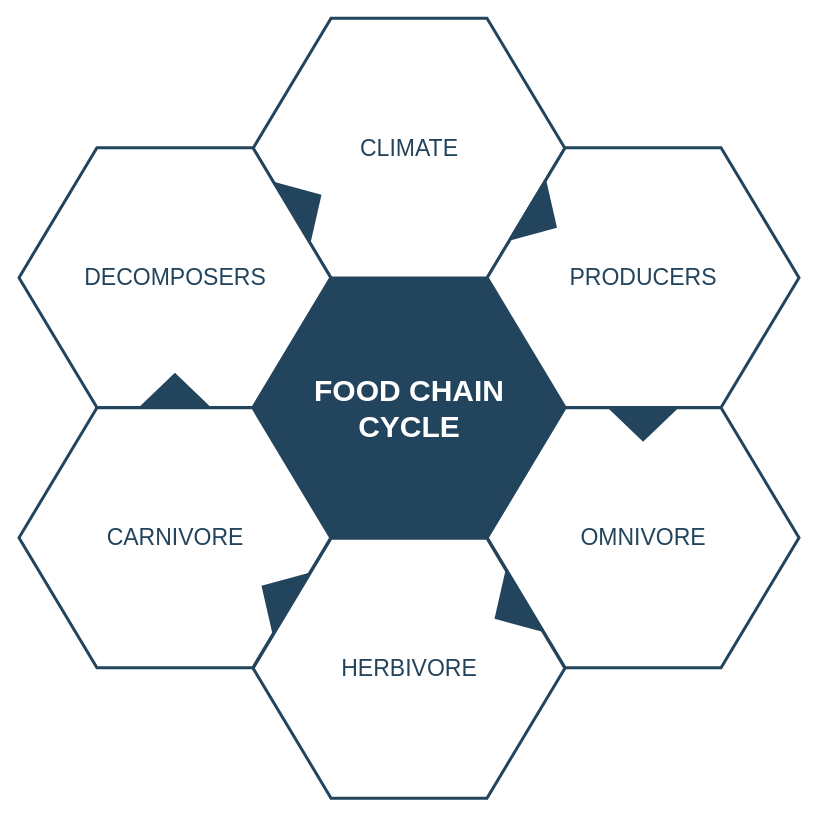
Before: test1.drawio in WeiDaoZhi/draw_io_files, a draw.io diagram. Source tidied: cells renumbered, new cells numbered last; positions are measured from the earlier drawing's top-left corner, leaving out a move shared by most shapes. Both pictures are drawn from the tidied source at 100%, with x=0, y=0 at pixel (18, 18).
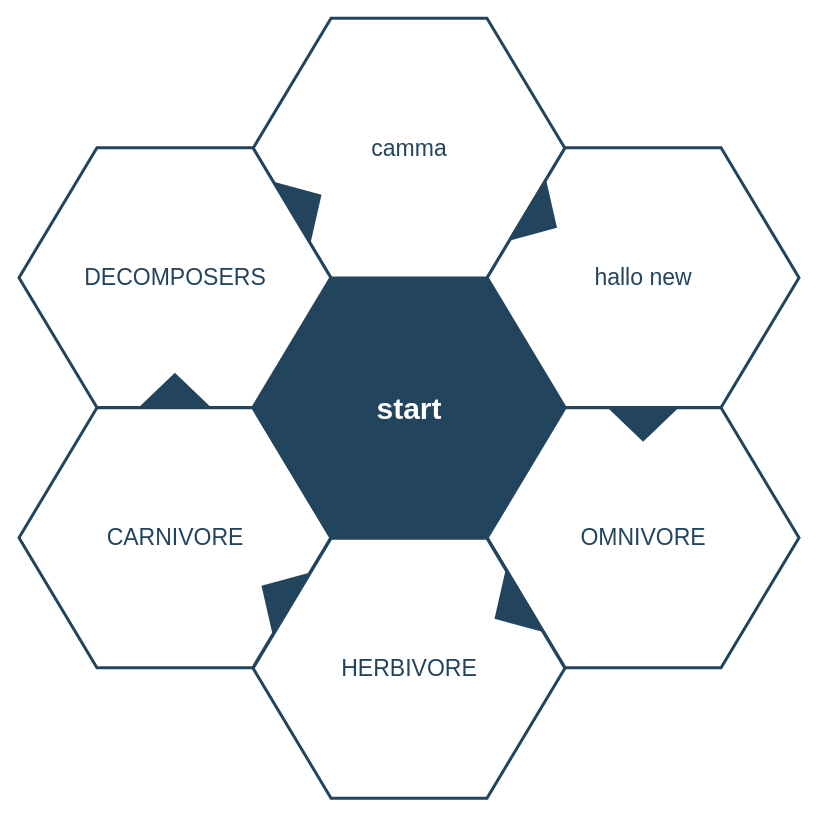
The same page after the edit.

Change to the diagram source:
```diff
@@
 <mxGraphModel background="#ffffff">
   <root>
     <mxCell id="0" />
     <mxCell id="1" parent="0" />
-    <mxCell id="2" value="&lt;font style=&quot;font-size: 30px&quot; color=&quot;#ffffff&quot;&gt;&lt;b&gt;&lt;span&gt;FOOD CHAIN&lt;/span&gt;&lt;br&gt;&lt;span&gt;CYCLE&lt;/span&gt;&lt;/b&gt;&lt;/font&gt;&lt;br&gt;" style="shape=hexagon;perimeter=hexagonPerimeter2;whiteSpace=wrap;html=1;shadow=0;labelBackgroundColor=none;strokeColor=#23445D;fillColor=#23445D;gradientColor=none;fontFamily=Helvetica;fontSize=23;fontColor=#23445d;align=center;strokeWidth=3;" parent="1" vertex="1">
+    <mxCell id="2" value="&lt;font color=&quot;#ffffff&quot;&gt;&lt;span style=&quot;font-size: 30px&quot;&gt;&lt;b&gt;start&lt;/b&gt;&lt;/span&gt;&lt;/font&gt;" style="shape=hexagon;perimeter=hexagonPerimeter2;whiteSpace=wrap;html=1;shadow=0;labelBackgroundColor=none;strokeColor=#23445D;fillColor=#23445D;gradientColor=none;fontFamily=Helvetica;fontSize=23;fontColor=#23445d;align=center;strokeWidth=3;" parent="1" vertex="1">
       <mxGeometry x="234.6" y="259.8" width="311.8" height="259.9" as="geometry" />
     </mxCell>
     <mxCell id="3" style="triangle;whiteSpace=wrap;html=1;shadow=0;labelBackgroundColor=none;strokeColor=none;fillColor=#FFFFFF;fontFamily=Helvetica;fontSize=17;fontColor=#23445d;align=center;rotation=90;gradientColor=none;flipV=1;flipH=1;opacity=20;" parent="1" vertex="1">
       <mxGeometry x="115.5" y="277.7" width="72" height="152" as="geometry" />
     </mxCell>
-    <mxCell id="4" value="&lt;font style=&quot;font-size: 23px&quot;&gt;CLIMATE&lt;/font&gt;" style="shape=hexagon;perimeter=hexagonPerimeter2;whiteSpace=wrap;html=1;shadow=0;labelBackgroundColor=none;strokeColor=#23445D;fillColor=#ffffff;gradientColor=none;fontFamily=Helvetica;fontSize=23;fontColor=#23445D;align=center;strokeWidth=3;" parent="1" vertex="1">
+    <mxCell id="4" value="&lt;font style=&quot;font-size: 23px&quot;&gt;camma&lt;/font&gt;" style="shape=hexagon;perimeter=hexagonPerimeter2;whiteSpace=wrap;html=1;shadow=0;labelBackgroundColor=none;strokeColor=#23445D;fillColor=#ffffff;gradientColor=none;fontFamily=Helvetica;fontSize=23;fontColor=#23445D;align=center;strokeWidth=3;" parent="1" vertex="1">
       <mxGeometry x="234.6" y="-0.3" width="311.8" height="259.9" as="geometry" />
     </mxCell>
-    <mxCell id="5" value="&lt;font style=&quot;font-size: 23px&quot;&gt;PRODUCERS&lt;/font&gt;" style="shape=hexagon;perimeter=hexagonPerimeter2;whiteSpace=wrap;html=1;shadow=0;labelBackgroundColor=none;strokeColor=#23445D;fillColor=#FFFFFF;gradientColor=none;fontFamily=Helvetica;fontSize=23;fontColor=#23445d;align=center;strokeWidth=3;" parent="1" vertex="1">
+    <mxCell id="5" value="&lt;font style=&quot;font-size: 23px&quot;&gt;hallo new&lt;/font&gt;" style="shape=hexagon;perimeter=hexagonPerimeter2;whiteSpace=wrap;html=1;shadow=0;labelBackgroundColor=none;strokeColor=#23445D;fillColor=#FFFFFF;gradientColor=none;fontFamily=Helvetica;fontSize=23;fontColor=#23445d;align=center;strokeWidth=3;" parent="1" vertex="1">
       <mxGeometry x="468.7" y="129.2" width="311.8" height="259.9" as="geometry" />
     </mxCell>
     <mxCell id="6" value="&lt;font style=&quot;font-size: 23px&quot;&gt;OMNIVORE&lt;/font&gt;" style="shape=hexagon;perimeter=hexagonPerimeter2;whiteSpace=wrap;html=1;shadow=0;labelBackgroundColor=none;strokeColor=#23445D;fillColor=#FFFFFF;gradientColor=none;fontFamily=Helvetica;fontSize=23;fontColor=#23445d;align=center;strokeWidth=3;" parent="1" vertex="1">
       <mxGeometry x="468.7" y="389.3" width="311.8" height="259.9" as="geometry" />
     </mxCell>
     <mxCell id="7" value="&lt;font style=&quot;font-size: 23px&quot;&gt;HERBIVORE&lt;/font&gt;" style="shape=hexagon;perimeter=hexagonPerimeter2;whiteSpace=wrap;html=1;shadow=0;labelBackgroundColor=none;strokeColor=#23445D;fillColor=#FFFFFF;gradientColor=none;fontFamily=Helvetica;fontSize=23;fontColor=#23445d;align=center;strokeWidth=3;" parent="1" vertex="1">
       <mxGeometry x="234.6" y="519.8" width="311.8" height="259.9" as="geometry" />
     </mxCell>
     <mxCell id="8" value="&lt;font style=&quot;font-size: 23px&quot;&gt;CARNIVORE&lt;/font&gt;" style="shape=hexagon;perimeter=hexagonPerimeter2;whiteSpace=wrap;html=1;shadow=0;labelBackgroundColor=none;strokeColor=#23445D;fillColor=#FFFFFF;gradientColor=none;fontFamily=Helvetica;fontSize=23;fontColor=#23445d;align=center;strokeWidth=3;" parent="1" vertex="1">
       <mxGeometry x="0.5" y="389.3" width="311.8" height="259.9" as="geometry" />
     </mxCell>
     <mxCell id="9" value="&lt;font style=&quot;font-size: 23px;&quot;&gt;DECOMPOSERS&lt;/font&gt;" style="shape=hexagon;perimeter=hexagonPerimeter2;whiteSpace=wrap;html=1;shadow=0;labelBackgroundColor=none;strokeColor=#23445D;fillColor=#ffffff;gradientColor=none;fontFamily=Helvetica;fontSize=23;fontColor=#23445D;align=center;strokeWidth=3;" parent="1" vertex="1">
       <mxGeometry x="0.5" y="129.2" width="311.8" height="259.9" as="geometry" />
     </mxCell>
     <mxCell id="10" style="triangle;whiteSpace=wrap;html=1;shadow=0;labelBackgroundColor=none;strokeColor=none;fillColor=#23445D;fontFamily=Helvetica;fontSize=17;fontColor=#23445d;align=center;rotation=31;gradientColor=none;strokeWidth=3;" parent="1" vertex="1">
       <mxGeometry x="506" y="163.7" width="35" height="73" as="geometry" />
     </mxCell>
     <mxCell id="11" style="triangle;whiteSpace=wrap;html=1;shadow=0;labelBackgroundColor=none;strokeColor=none;fillColor=#23445D;fontFamily=Helvetica;fontSize=17;fontColor=#23445d;align=center;rotation=31;gradientColor=none;flipH=1;strokeWidth=3;" parent="1" vertex="1">
       <mxGeometry x="240.5" y="539.7" width="35" height="73" as="geometry" />
     </mxCell>
     <mxCell id="12" style="triangle;whiteSpace=wrap;html=1;shadow=0;labelBackgroundColor=none;strokeColor=none;fillColor=#23445D;fontFamily=Helvetica;fontSize=17;fontColor=#23445d;align=center;rotation=329;gradientColor=none;strokeWidth=3;" parent="1" vertex="1">
       <mxGeometry x="270.5" y="148.7" width="35" height="73" as="geometry" />
     </mxCell>
     <mxCell id="13" style="triangle;whiteSpace=wrap;html=1;shadow=0;labelBackgroundColor=none;strokeColor=none;fillColor=#23445D;fontFamily=Helvetica;fontSize=17;fontColor=#23445d;align=center;rotation=329;gradientColor=none;flipH=1;strokeWidth=3;" parent="1" vertex="1">
       <mxGeometry x="473.5" y="554.7" width="35" height="73" as="geometry" />
     </mxCell>
     <mxCell id="14" style="triangle;whiteSpace=wrap;html=1;shadow=0;labelBackgroundColor=none;strokeColor=none;fillColor=#23445D;fontFamily=Helvetica;fontSize=17;fontColor=#23445d;align=center;rotation=90;gradientColor=none;strokeWidth=3;" parent="1" vertex="1">
       <mxGeometry x="607.1" y="369.2" width="35" height="73" as="geometry" />
     </mxCell>
     <mxCell id="15" style="triangle;whiteSpace=wrap;html=1;shadow=0;labelBackgroundColor=none;strokeColor=none;fillColor=#23445D;fontFamily=Helvetica;fontSize=17;fontColor=#23445d;align=center;rotation=90;gradientColor=none;flipH=1;strokeWidth=3;" parent="1" vertex="1">
       <mxGeometry x="138.9" y="335.2" width="35" height="73" as="geometry" />
     </mxCell>
   </root>
 </mxGraphModel>
```
